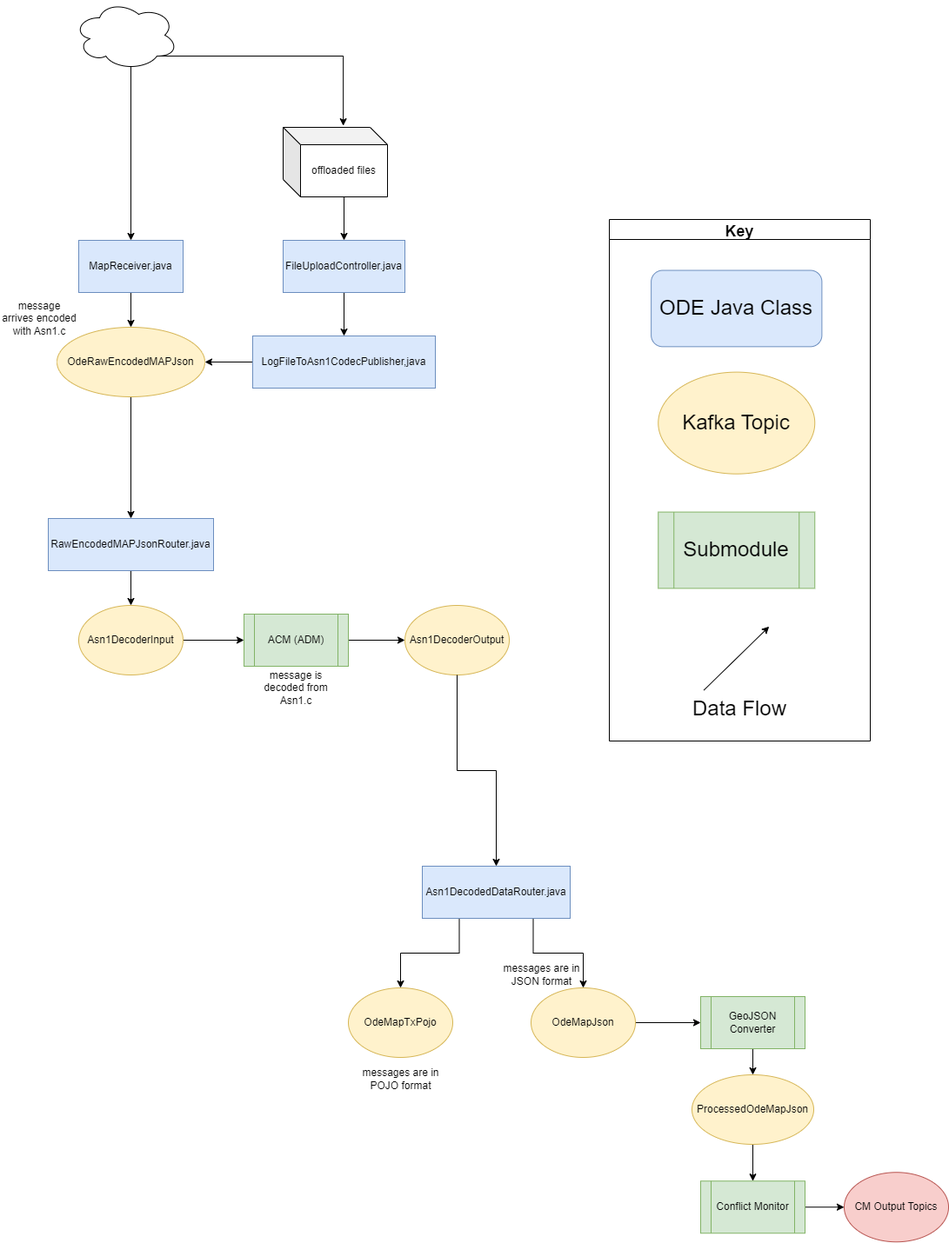
Earlier version of the draw.io export docs/data-flow-diagrams/map/MAP Data Flow.drawio.png (usdot-jpo-ode/jpo-ode). Source tidied: cells renumbered, new cells last; positions are measured from the earlier drawing's top-left corner, leaving out a move shared by most shapes. Its diagram source:
```xml
<mxGraphModel>
  <root>
    <mxCell id="0" />
    <mxCell id="1" parent="0" />
    <mxCell id="2" style="edgeStyle=orthogonalEdgeStyle;rounded=0;jettySize=auto;html=1;exitX=0.25;exitY=1;exitDx=0;exitDy=0;" parent="1" edge="1" source="4" target="26">
      <mxGeometry relative="1" as="geometry" />
    </mxCell>
    <mxCell id="3" style="edgeStyle=orthogonalEdgeStyle;rounded=0;jettySize=auto;html=1;exitX=0.75;exitY=1;exitDx=0;exitDy=0;" parent="1" edge="1" source="4" target="28">
      <mxGeometry relative="1" as="geometry" />
    </mxCell>
    <mxCell id="4" value="Asn1DecodedDataRouter.java" style="rounded=0;whiteSpace=wrap;html=1;fillColor=#dae8fc;strokeColor=#6c8ebf;" parent="1" vertex="1">
      <mxGeometry x="485" y="996" width="170" height="60" as="geometry" />
    </mxCell>
    <mxCell id="5" style="edgeStyle=orthogonalEdgeStyle;rounded=0;jettySize=auto;html=1;entryX=0;entryY=0.5;entryDx=0;entryDy=0;" parent="1" edge="1" source="6" target="10">
      <mxGeometry relative="1" as="geometry" />
    </mxCell>
    <mxCell id="6" value="ACM (ADM)" style="shape=process;whiteSpace=wrap;html=1;backgroundOutline=1;fillColor=#d5e8d4;strokeColor=#82b366;" parent="1" vertex="1">
      <mxGeometry x="280" y="706" width="120" height="60" as="geometry" />
    </mxCell>
    <mxCell id="7" style="edgeStyle=orthogonalEdgeStyle;rounded=0;jettySize=auto;html=1;exitX=0.5;exitY=1;exitDx=0;exitDy=0;" parent="1" edge="1" source="13" target="15">
      <mxGeometry relative="1" as="geometry" />
    </mxCell>
    <mxCell id="8" style="edgeStyle=orthogonalEdgeStyle;rounded=0;jettySize=auto;html=1;entryX=0;entryY=0.5;entryDx=0;entryDy=0;" parent="1" edge="1" source="9" target="6">
      <mxGeometry relative="1" as="geometry" />
    </mxCell>
    <mxCell id="9" value="Asn1DecoderInput" style="ellipse;whiteSpace=wrap;html=1;fillColor=#fff2cc;strokeColor=#d6b656;" parent="1" vertex="1">
      <mxGeometry x="90" y="696" width="120" height="80" as="geometry" />
    </mxCell>
    <mxCell id="10" value="Asn1DecoderOutput" style="ellipse;whiteSpace=wrap;html=1;fillColor=#fff2cc;strokeColor=#d6b656;" parent="1" vertex="1">
      <mxGeometry x="465" y="696" width="120" height="80" as="geometry" />
    </mxCell>
    <mxCell id="11" style="edgeStyle=orthogonalEdgeStyle;rounded=0;jettySize=auto;html=1;entryX=0.5;entryY=0;entryDx=0;entryDy=0;" parent="1" edge="1" source="12" target="13">
      <mxGeometry relative="1" as="geometry" />
    </mxCell>
    <mxCell id="12" value="MapReceiver.java" style="rounded=0;whiteSpace=wrap;html=1;fillColor=#dae8fc;strokeColor=#6c8ebf;" parent="1" vertex="1">
      <mxGeometry x="90" y="276" width="120" height="60" as="geometry" />
    </mxCell>
    <mxCell id="13" value="OdeRawEncodedMAPJson" style="ellipse;whiteSpace=wrap;html=1;fillColor=#fff2cc;strokeColor=#d6b656;" parent="1" vertex="1">
      <mxGeometry x="65" y="376" width="170" height="80" as="geometry" />
    </mxCell>
    <mxCell id="14" style="edgeStyle=orthogonalEdgeStyle;rounded=0;jettySize=auto;html=1;entryX=0.5;entryY=0;entryDx=0;entryDy=0;" parent="1" edge="1" source="15" target="9">
      <mxGeometry relative="1" as="geometry" />
    </mxCell>
    <mxCell id="15" value="RawEncodedMAPJsonRouter.java" style="rounded=0;whiteSpace=wrap;html=1;fillColor=#dae8fc;strokeColor=#6c8ebf;" parent="1" vertex="1">
      <mxGeometry x="55" y="596" width="190" height="60" as="geometry" />
    </mxCell>
    <mxCell id="16" style="edgeStyle=orthogonalEdgeStyle;rounded=0;jettySize=auto;html=1;entryX=0.5;entryY=0;entryDx=0;entryDy=0;exitX=0.5;exitY=1;exitDx=0;exitDy=0;" parent="1" edge="1" source="10" target="4">
      <mxGeometry relative="1" as="geometry" />
    </mxCell>
    <mxCell id="17" style="edgeStyle=orthogonalEdgeStyle;rounded=0;jettySize=auto;html=1;exitX=0.8;exitY=0.8;exitDx=0;exitDy=0;exitPerimeter=0;entryX=0.576;entryY=-0.023;entryDx=0;entryDy=0;entryPerimeter=0;" parent="1" edge="1" source="19" target="43">
      <mxGeometry relative="1" as="geometry" />
    </mxCell>
    <mxCell id="18" style="edgeStyle=orthogonalEdgeStyle;rounded=0;jettySize=auto;html=1;exitX=0.55;exitY=0.95;exitDx=0;exitDy=0;exitPerimeter=0;entryX=0.5;entryY=0;entryDx=0;entryDy=0;" parent="1" edge="1" source="19" target="12">
      <mxGeometry relative="1" as="geometry" />
    </mxCell>
    <mxCell id="19" style="ellipse;shape=cloud;whiteSpace=wrap;html=1;" parent="1" vertex="1">
      <mxGeometry x="84" width="120" height="80" as="geometry" />
    </mxCell>
    <mxCell id="20" style="group;" parent="1" vertex="1">
      <mxGeometry x="700" y="252" width="300" height="600" as="geometry" />
    </mxCell>
    <mxCell id="21" value="&lt;font style=&quot;font-size: 24px&quot;&gt;Submodule&lt;/font&gt;" style="shape=process;whiteSpace=wrap;html=1;backgroundOutline=1;fillColor=#d5e8d4;strokeColor=#82b366;labelBackgroundColor=none;" parent="20" vertex="1">
      <mxGeometry x="56.2" y="336.6" width="180" height="87.8" as="geometry" />
    </mxCell>
    <mxCell id="22" value="Key" style="swimlane;labelBackgroundColor=none;fontSize=18;" parent="20" vertex="1">
      <mxGeometry width="300" height="600" as="geometry" />
    </mxCell>
    <mxCell id="23" style="endArrow=classic;html=1;rounded=0;labelBackgroundColor=none;" parent="22" edge="1">
      <mxGeometry relative="1" as="geometry">
        <mxPoint x="108.8" y="541.5" as="sourcePoint" />
        <mxPoint x="183.7" y="468.3" as="targetPoint" />
      </mxGeometry>
    </mxCell>
    <mxCell id="24" value="&lt;font style=&quot;font-size: 24px&quot;&gt;Kafka Topic&lt;/font&gt;" style="ellipse;whiteSpace=wrap;html=1;fillColor=#fff2cc;strokeColor=#d6b656;labelBackgroundColor=none;" parent="22" vertex="1">
      <mxGeometry x="56.2" y="175.6" width="180" height="117.1" as="geometry" />
    </mxCell>
    <mxCell id="25" value="&lt;font style=&quot;font-size: 24px&quot;&gt;ODE Java Class&lt;/font&gt;" style="rounded=1;whiteSpace=wrap;html=1;fillColor=#dae8fc;strokeColor=#6c8ebf;labelBackgroundColor=none;" parent="22" vertex="1">
      <mxGeometry x="48.1" y="58.5" width="196.2" height="87.8" as="geometry" />
    </mxCell>
    <mxCell id="26" value="OdeMapTxPojo" style="ellipse;whiteSpace=wrap;html=1;fillColor=#fff2cc;strokeColor=#d6b656;" parent="1" vertex="1">
      <mxGeometry x="400" y="1136" width="120" height="80" as="geometry" />
    </mxCell>
    <mxCell id="27" style="edgeStyle=orthogonalEdgeStyle;rounded=0;jettySize=auto;html=1;" parent="1" edge="1" source="28" target="34">
      <mxGeometry relative="1" as="geometry" />
    </mxCell>
    <mxCell id="28" value="OdeMapJson" style="ellipse;whiteSpace=wrap;html=1;fillColor=#fff2cc;strokeColor=#d6b656;" parent="1" vertex="1">
      <mxGeometry x="610" y="1136" width="120" height="80" as="geometry" />
    </mxCell>
    <mxCell id="29" value="message is decoded from Asn1.c" style="text;html=1;strokeColor=none;fillColor=none;align=center;verticalAlign=middle;whiteSpace=wrap;rounded=0;" parent="1" vertex="1">
      <mxGeometry x="285" y="766" width="110" height="50" as="geometry" />
    </mxCell>
    <mxCell id="30" value="&lt;font style=&quot;font-size: 24px&quot;&gt;Data Flow&lt;/font&gt;" style="text;html=1;strokeColor=none;fillColor=none;align=center;verticalAlign=middle;whiteSpace=wrap;rounded=0;labelBackgroundColor=none;" parent="1" vertex="1">
      <mxGeometry x="790" y="793.5" width="120" height="43.9" as="geometry" />
    </mxCell>
    <mxCell id="31" value="messages are in POJO format" style="text;html=1;strokeColor=none;fillColor=none;align=center;verticalAlign=middle;whiteSpace=wrap;rounded=0;" parent="1" vertex="1">
      <mxGeometry x="407.5" y="1216" width="105" height="50" as="geometry" />
    </mxCell>
    <mxCell id="32" value="messages are in JSON format" style="text;html=1;strokeColor=none;fillColor=none;align=center;verticalAlign=middle;whiteSpace=wrap;rounded=0;" parent="1" vertex="1">
      <mxGeometry x="570" y="1096" width="105" height="50" as="geometry" />
    </mxCell>
    <mxCell id="33" style="edgeStyle=orthogonalEdgeStyle;rounded=0;jettySize=auto;html=1;" parent="1" edge="1" source="34" target="39">
      <mxGeometry relative="1" as="geometry" />
    </mxCell>
    <mxCell id="34" value="GeoJSON Converter" style="shape=process;whiteSpace=wrap;html=1;backgroundOutline=1;fillColor=#d5e8d4;strokeColor=#82b366;" parent="1" vertex="1">
      <mxGeometry x="805" y="1146" width="120" height="60" as="geometry" />
    </mxCell>
    <mxCell id="35" style="edgeStyle=none;rounded=0;jettySize=auto;html=1;" parent="1" edge="1" source="36" target="37">
      <mxGeometry relative="1" as="geometry" />
    </mxCell>
    <mxCell id="36" value="Conflict Monitor" style="shape=process;whiteSpace=wrap;html=1;backgroundOutline=1;fillColor=#d5e8d4;strokeColor=#82b366;" parent="1" vertex="1">
      <mxGeometry x="805" y="1358.2" width="120" height="60" as="geometry" />
    </mxCell>
    <mxCell id="37" value="CM Output Topics" style="ellipse;whiteSpace=wrap;html=1;fillColor=#f8cecc;strokeColor=#b85450;" parent="1" vertex="1">
      <mxGeometry x="970" y="1348.2" width="120" height="80" as="geometry" />
    </mxCell>
    <mxCell id="38" style="edgeStyle=orthogonalEdgeStyle;rounded=0;jettySize=auto;html=1;" parent="1" edge="1" source="39" target="36">
      <mxGeometry relative="1" as="geometry" />
    </mxCell>
    <mxCell id="39" value="ProcessedOdeMapJson" style="ellipse;whiteSpace=wrap;html=1;fillColor=#fff2cc;strokeColor=#d6b656;" parent="1" vertex="1">
      <mxGeometry x="795" y="1236" width="140" height="80" as="geometry" />
    </mxCell>
    <mxCell id="40" style="edgeStyle=orthogonalEdgeStyle;rounded=0;jettySize=auto;html=1;exitX=0;exitY=0.5;exitDx=0;exitDy=0;entryX=1;entryY=0.5;entryDx=0;entryDy=0;" parent="1" edge="1" source="41" target="13">
      <mxGeometry relative="1" as="geometry" />
    </mxCell>
    <mxCell id="41" value="LogFileToAsn1CodecPublisher,java" style="rounded=0;whiteSpace=wrap;html=1;fillColor=#dae8fc;strokeColor=#6c8ebf;" parent="1" vertex="1">
      <mxGeometry x="290" y="386" width="210" height="60" as="geometry" />
    </mxCell>
    <mxCell id="42" style="edgeStyle=orthogonalEdgeStyle;rounded=0;jettySize=auto;html=1;exitX=0;exitY=0;exitDx=70;exitDy=80;exitPerimeter=0;entryX=0.5;entryY=0;entryDx=0;entryDy=0;" parent="1" edge="1" source="43" target="46">
      <mxGeometry relative="1" as="geometry" />
    </mxCell>
    <mxCell id="43" value="offloaded files" style="shape=cube;whiteSpace=wrap;html=1;boundedLbl=1;backgroundOutline=1;darkOpacity=0.05;darkOpacity2=0.1;" parent="1" vertex="1">
      <mxGeometry x="325" y="146" width="120" height="80" as="geometry" />
    </mxCell>
    <mxCell id="44" value="&lt;span&gt;message arrives encoded with Asn1.c&lt;/span&gt;" style="text;html=1;strokeColor=none;fillColor=none;align=center;verticalAlign=middle;whiteSpace=wrap;rounded=0;" parent="1" vertex="1">
      <mxGeometry y="336" width="90" height="60" as="geometry" />
    </mxCell>
    <mxCell id="45" style="edgeStyle=orthogonalEdgeStyle;rounded=0;jettySize=auto;html=1;exitX=0.5;exitY=1;exitDx=0;exitDy=0;entryX=0.5;entryY=0;entryDx=0;entryDy=0;" parent="1" edge="1" source="46" target="41">
      <mxGeometry relative="1" as="geometry" />
    </mxCell>
    <mxCell id="46" value="FileUploadController.java" style="rounded=0;whiteSpace=wrap;html=1;fillColor=#dae8fc;strokeColor=#6c8ebf;" parent="1" vertex="1">
      <mxGeometry x="325" y="276" width="140" height="60" as="geometry" />
    </mxCell>
  </root>
</mxGraphModel>
```
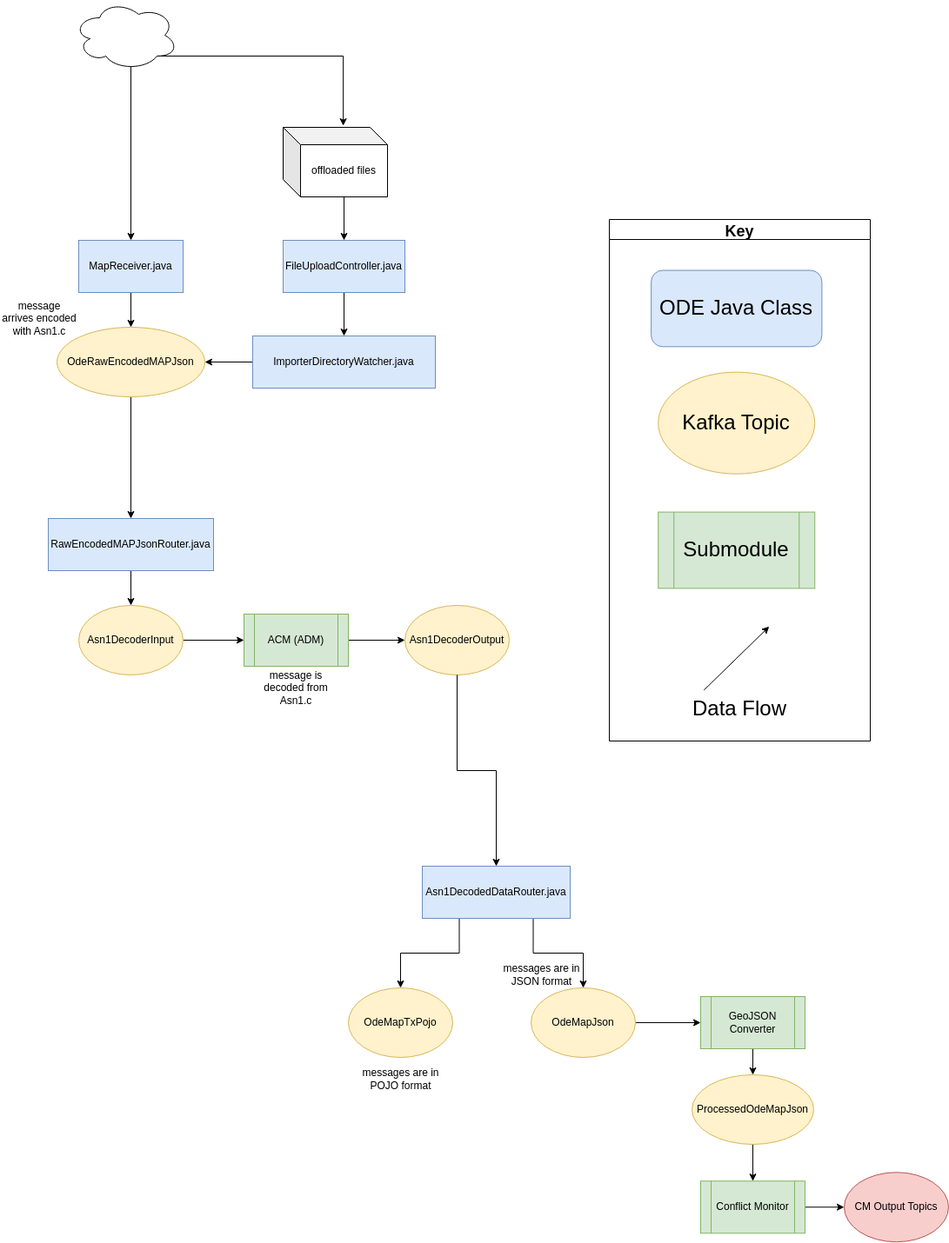
The same diagram one commit later.

The edit, as a diff of the source:
```diff
@@ -122,7 +122,7 @@
     <mxCell id="40" style="edgeStyle=orthogonalEdgeStyle;rounded=0;jettySize=auto;html=1;exitX=0;exitY=0.5;exitDx=0;exitDy=0;entryX=1;entryY=0.5;entryDx=0;entryDy=0;" parent="1" edge="1" source="41" target="13">
       <mxGeometry relative="1" as="geometry" />
     </mxCell>
-    <mxCell id="41" value="LogFileToAsn1CodecPublisher,java" style="rounded=0;whiteSpace=wrap;html=1;fillColor=#dae8fc;strokeColor=#6c8ebf;" parent="1" vertex="1">
+    <mxCell id="41" value="ImporterDirectoryWatcher.java" style="rounded=0;whiteSpace=wrap;html=1;fillColor=#dae8fc;strokeColor=#6c8ebf;" parent="1" vertex="1">
       <mxGeometry x="290" y="386" width="210" height="60" as="geometry" />
     </mxCell>
     <mxCell id="42" style="edgeStyle=orthogonalEdgeStyle;rounded=0;jettySize=auto;html=1;exitX=0;exitY=0;exitDx=70;exitDy=80;exitPerimeter=0;entryX=0.5;entryY=0;entryDx=0;entryDy=0;" parent="1" edge="1" source="43" target="46">
```
